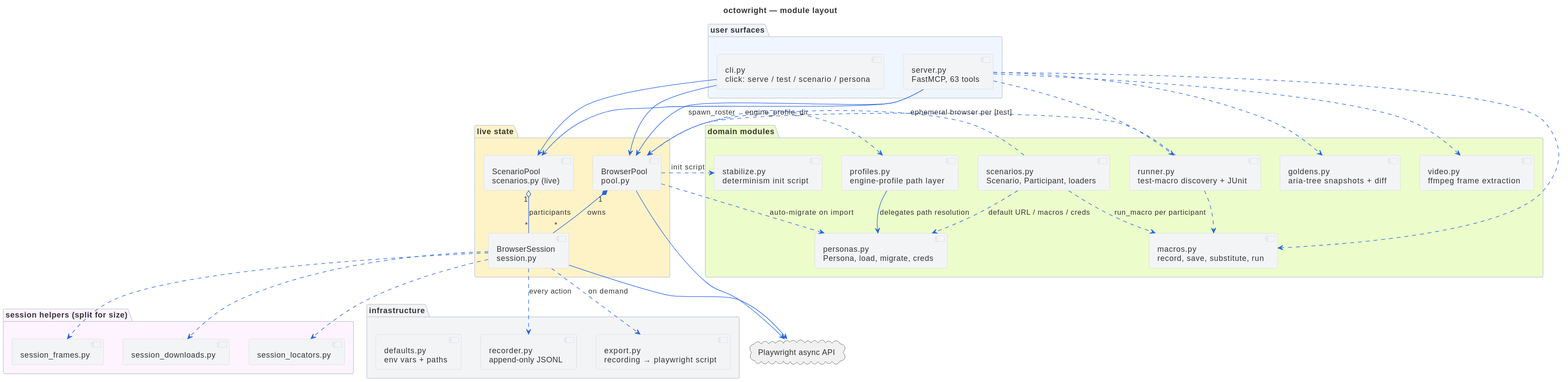
Earlier version of the PlantUML export docs/architecture/component.svg (livingstaccato/octowright). Its source is kept beside it as docs/architecture/component.puml. The source it was exported from:
```plantuml
@startuml component
title octowright — module layout

skinparam backgroundColor #ffffff
skinparam defaultFontColor #333333
skinparam componentBorderColor #d1d5db
skinparam componentBackgroundColor #f3f4f6
skinparam packageBorderColor #d1d5db
skinparam packageBackgroundColor #ffffff
skinparam arrowColor #2563eb
skinparam noteBorderColor #d1d5db
skinparam noteBackgroundColor #f9fafb

package "user surfaces" #eff6ff {
  [server.py\nFastMCP, 63 tools] as SERVER
  [cli.py\nclick: serve / test / scenario / persona] as CLI
}

package "live state" #fef3c7 {
  [BrowserPool\npool.py] as POOL
  [BrowserSession\nsession.py] as SESSION
  [ScenarioPool\nscenarios.py (live)] as SPOOL
}

package "session helpers (split for size)" #fdf4ff {
  [session_frames.py] as SF
  [session_downloads.py] as SD
  [session_locators.py] as SL
}

package "domain modules" #ecfccb {
  [personas.py\nPersona, load, migrate, creds] as PERSONAS
  [profiles.py\nengine-profile path layer] as PROFILES
  [scenarios.py\nScenario, Participant, loaders] as SCENARIOS
  [macros.py\nrecord, save, substitute, run] as MACROS
  [runner.py\ntest-macro discovery + JUnit] as RUNNER
  [goldens.py\naria-tree snapshots + diff] as GOLDENS
  [video.py\nffmpeg frame extraction] as VIDEO
  [stabilize.py\ndeterminism init script] as STABILIZE
}

package "infrastructure" #f3f4f6 {
  [defaults.py\nenv vars + paths] as DEFAULTS
  [recorder.py\nappend-only JSONL] as RECORDER
  [export.py\nrecording → playwright script] as EXPORT
}

cloud "Playwright async API" as PW

CLI --> POOL
CLI --> SPOOL
SERVER --> POOL
SERVER --> SPOOL

POOL "1" *-- "*" SESSION : owns
SPOOL "1" o-- "*" SESSION : participants
SESSION ..> SF
SESSION ..> SD
SESSION ..> SL

POOL ..> PERSONAS : auto-migrate on import
POOL ..> PROFILES : engine_profile_dir
POOL ..> STABILIZE : init script
SCENARIOS ..> PERSONAS : default URL / macros / creds
SCENARIOS ..> MACROS : run_macro per participant
SCENARIOS ..> POOL : spawn_roster
RUNNER ..> MACROS
RUNNER ..> POOL : ephemeral browser per [test]
SERVER ..> RUNNER
SERVER ..> GOLDENS
SERVER ..> VIDEO
SERVER ..> MACROS

SESSION ..> RECORDER : every action
SESSION ..> EXPORT : on demand
PROFILES --> PERSONAS : delegates path resolution

SESSION --> PW
POOL --> PW

@enduml
```
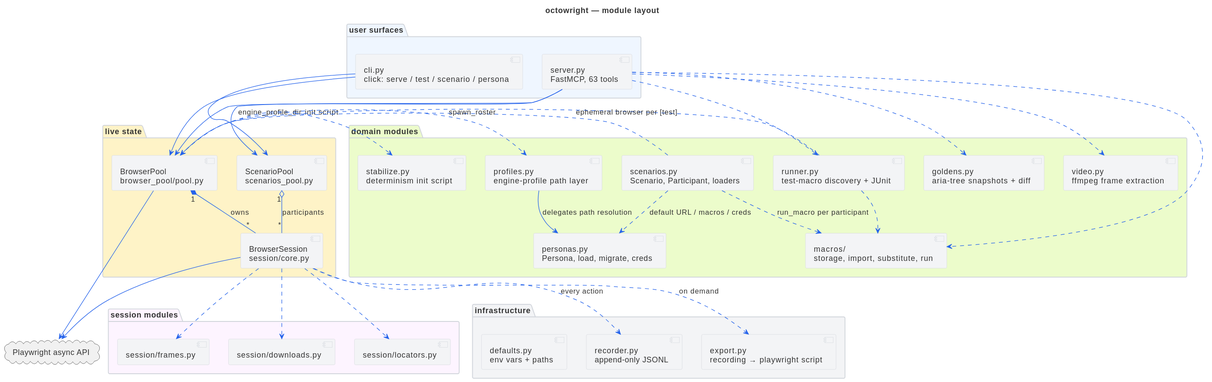
Later version of the same file.

Change to the diagram source:
```diff
@@ -17,22 +17,22 @@
 }
 
 package "live state" #fef3c7 {
-  [BrowserPool\npool.py] as POOL
-  [BrowserSession\nsession.py] as SESSION
-  [ScenarioPool\nscenarios.py (live)] as SPOOL
+  [BrowserPool\nbrowser_pool/pool.py] as POOL
+  [BrowserSession\nsession/core.py] as SESSION
+  [ScenarioPool\nscenarios_pool.py] as SPOOL
 }
 
-package "session helpers (split for size)" #fdf4ff {
-  [session_frames.py] as SF
-  [session_downloads.py] as SD
-  [session_locators.py] as SL
+package "session modules" #fdf4ff {
+  [session/frames.py] as SF
+  [session/downloads.py] as SD
+  [session/locators.py] as SL
 }
 
 package "domain modules" #ecfccb {
   [personas.py\nPersona, load, migrate, creds] as PERSONAS
   [profiles.py\nengine-profile path layer] as PROFILES
   [scenarios.py\nScenario, Participant, loaders] as SCENARIOS
-  [macros.py\nrecord, save, substitute, run] as MACROS
+  [macros/\nstorage, import, substitute, run] as MACROS
   [runner.py\ntest-macro discovery + JUnit] as RUNNER
   [goldens.py\naria-tree snapshots + diff] as GOLDENS
   [video.py\nffmpeg frame extraction] as VIDEO
@@ -58,7 +58,6 @@
 SESSION ..> SD
 SESSION ..> SL
 
-POOL ..> PERSONAS : auto-migrate on import
 POOL ..> PROFILES : engine_profile_dir
 POOL ..> STABILIZE : init script
 SCENARIOS ..> PERSONAS : default URL / macros / creds
```
